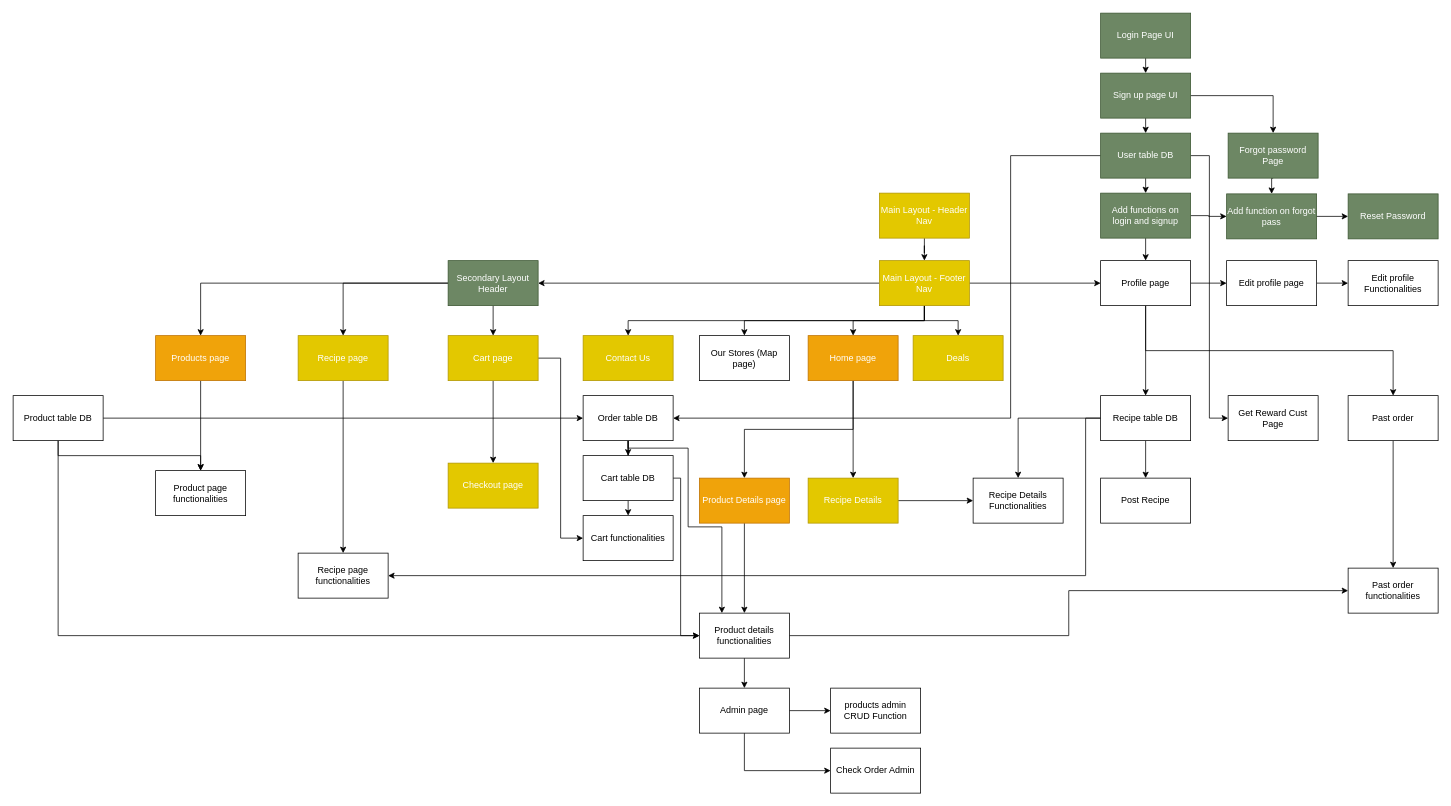
Wavergg/721SoftwareEngineering keeps this draw.io diagram as Untitled Diagram.drawio. Above is the earlier version. Source tidied: cells renumbered, new cells numbered last; positions are measured from the earlier drawing's top-left corner, leaving out a move shared by most shapes. Both pictures are drawn from the tidied source at 75%, with x=0, y=0 at pixel (13, 13).
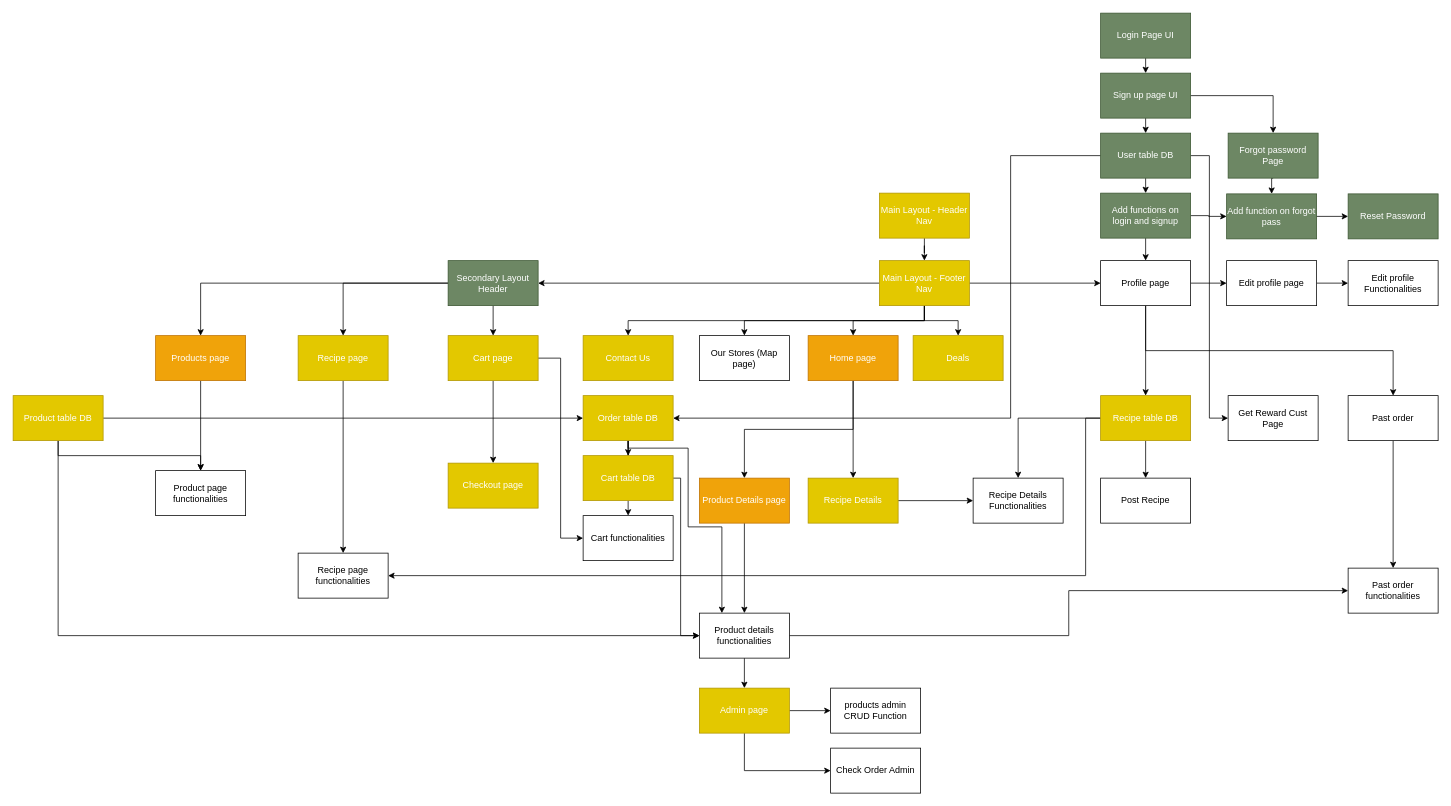
After the change.

Diff of the diagram source:
```diff
@@
-    <mxCell id="49" value="Recipe table DB" style="rounded=0;whiteSpace=wrap;html=1;" parent="1" vertex="1">
+    <mxCell id="49" value="Recipe table DB" style="rounded=0;whiteSpace=wrap;html=1;fillColor=#e3c800;strokeColor=#B09500;fontColor=#ffffff;" parent="1" vertex="1">
       <mxGeometry x="1450" y="510" width="120" height="60" as="geometry" />
     </mxCell>
@@
-    <mxCell id="69" value="Product table DB" style="rounded=0;whiteSpace=wrap;html=1;" parent="1" vertex="1">
+    <mxCell id="69" value="Product table DB" style="rounded=0;whiteSpace=wrap;html=1;fillColor=#e3c800;strokeColor=#B09500;fontColor=#ffffff;" parent="1" vertex="1">
       <mxGeometry y="510" width="120" height="60" as="geometry" />
     </mxCell>
@@
-    <mxCell id="74" value="Order table DB" style="rounded=0;whiteSpace=wrap;html=1;" parent="1" vertex="1">
+    <mxCell id="74" value="Order table DB" style="rounded=0;whiteSpace=wrap;html=1;fillColor=#e3c800;strokeColor=#B09500;fontColor=#ffffff;" parent="1" vertex="1">
       <mxGeometry x="760" y="510" width="120" height="60" as="geometry" />
     </mxCell>
@@
-    <mxCell id="77" value="Cart table DB" style="rounded=0;whiteSpace=wrap;html=1;" parent="1" vertex="1">
+    <mxCell id="77" value="Cart table DB" style="rounded=0;whiteSpace=wrap;html=1;fillColor=#e3c800;strokeColor=#B09500;fontColor=#ffffff;" parent="1" vertex="1">
       <mxGeometry x="760" y="590" width="120" height="60" as="geometry" />
     </mxCell>
@@
-    <mxCell id="80" value="Admin page" style="rounded=0;whiteSpace=wrap;html=1;" parent="1" vertex="1">
+    <mxCell id="80" value="Admin page" style="rounded=0;whiteSpace=wrap;html=1;fillColor=#e3c800;strokeColor=#B09500;fontColor=#ffffff;" parent="1" vertex="1">
       <mxGeometry x="915" y="900" width="120" height="60" as="geometry" />
     </mxCell>
```
